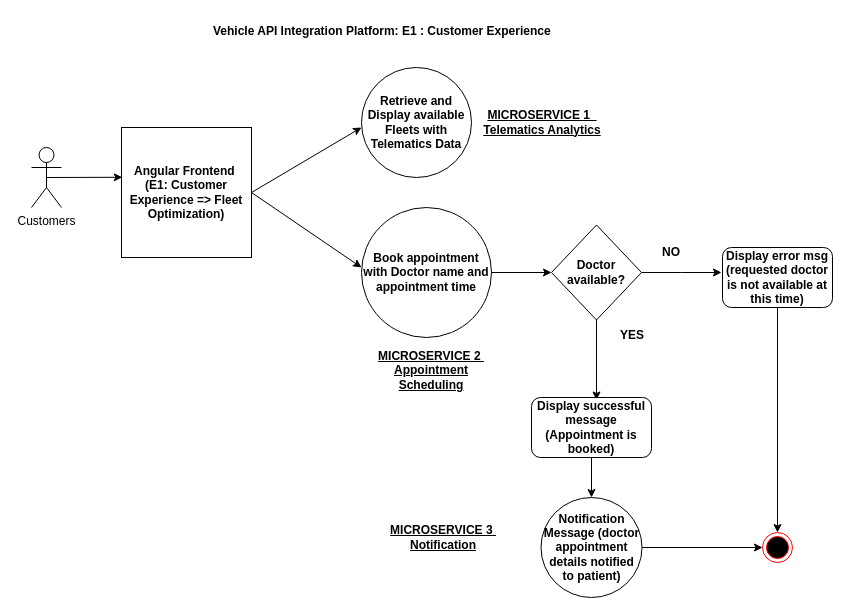
This is Design Workflows.drawio from atheeswaran/Dissertation_VehicleAPIPlatform, a draw.io file, before an edit. Source tidied: cells renumbered, new cells numbered last; positions are measured from the earlier drawing's top-left corner, leaving out a move shared by most shapes. Both pictures are drawn from the tidied source at 100%, with x=0, y=0 at pixel (31, 17).
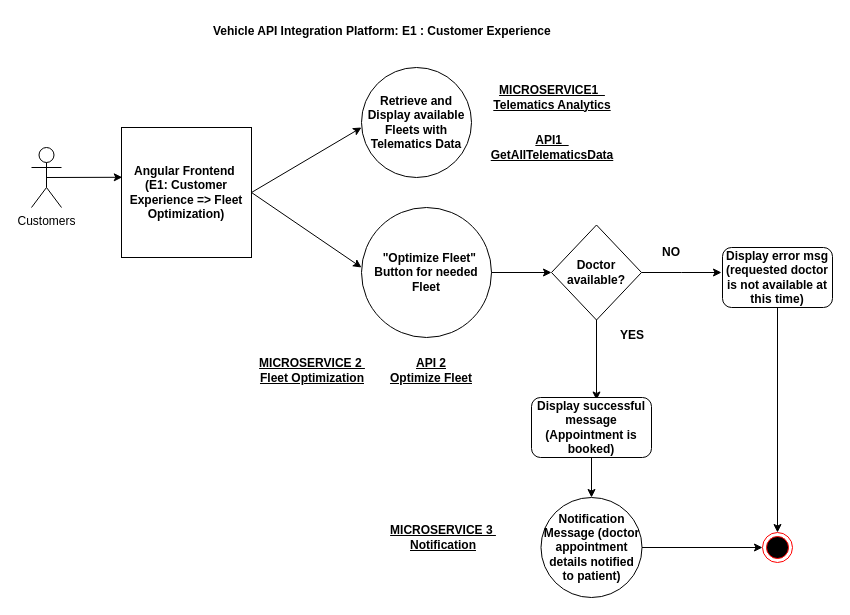
After the change.

Diff of the diagram source:
```diff
@@
-    <mxCell id="8" value="&lt;b&gt;Book appointment with Doctor name and appointment time&lt;/b&gt;" style="ellipse;whiteSpace=wrap;html=1;" parent="1" vertex="1">
+    <mxCell id="8" value="&lt;b&gt;&amp;nbsp; &quot;Optimize Fleet&quot; Button for needed Fleet&lt;/b&gt;" style="ellipse;whiteSpace=wrap;html=1;" parent="1" vertex="1">
       <mxGeometry x="330" y="190" width="130" height="130" as="geometry" />
     </mxCell>
@@
-    <mxCell id="22" value="&lt;b&gt;&lt;u&gt;MICROSERVICE 1&amp;nbsp;&amp;nbsp;&lt;/u&gt;&lt;/b&gt;&lt;div&gt;&lt;b&gt;&lt;u&gt;Telematics Analytics&lt;/u&gt;&lt;/b&gt;&lt;/div&gt;" style="text;html=1;strokeColor=none;fillColor=none;align=center;verticalAlign=middle;whiteSpace=wrap;rounded=0;" parent="1" vertex="1">
-      <mxGeometry x="449.5" y="85" width="121.5" height="40" as="geometry" />
+    <mxCell id="22" value="&lt;b&gt;&lt;u&gt;MICROSERVICE1&amp;nbsp;&amp;nbsp;&lt;/u&gt;&lt;/b&gt;&lt;div&gt;&lt;b&gt;&lt;u&gt;Telematics Analytics&lt;/u&gt;&lt;/b&gt;&lt;/div&gt;" style="text;html=1;strokeColor=none;fillColor=none;align=center;verticalAlign=middle;whiteSpace=wrap;rounded=0;" parent="1" vertex="1">
+      <mxGeometry x="449.5" y="60" width="141.5" height="40" as="geometry" />
     </mxCell>
-    <mxCell id="23" value="&lt;b&gt;&lt;u&gt;MICROSERVICE 2&amp;nbsp; Appointment Scheduling&lt;/u&gt;&lt;/b&gt;" style="text;html=1;strokeColor=none;fillColor=none;align=center;verticalAlign=middle;whiteSpace=wrap;rounded=0;" parent="1" vertex="1">
-      <mxGeometry x="338.5" y="332.5" width="121.5" height="40" as="geometry" />
+    <mxCell id="23" value="&lt;b&gt;&lt;u&gt;MICROSERVICE 2&amp;nbsp; Fleet Optimization&lt;/u&gt;&lt;/b&gt;" style="text;html=1;strokeColor=none;fillColor=none;align=center;verticalAlign=middle;whiteSpace=wrap;rounded=0;" parent="1" vertex="1">
+      <mxGeometry x="220" y="332.5" width="121.5" height="40" as="geometry" />
     </mxCell>
@@
+    <mxCell id="26" value="&lt;b&gt;&lt;u&gt;API1&amp;nbsp;&amp;nbsp;&lt;/u&gt;&lt;/b&gt;&lt;div&gt;&lt;b&gt;&lt;u&gt;GetAllTelematicsData&lt;/u&gt;&lt;/b&gt;&lt;/div&gt;" style="text;html=1;strokeColor=none;fillColor=none;align=center;verticalAlign=middle;whiteSpace=wrap;rounded=0;" parent="1" vertex="1">
+      <mxGeometry x="449.5" y="110" width="141.5" height="40" as="geometry" />
+    </mxCell>
+    <mxCell id="27" value="&lt;b&gt;&lt;u&gt;API 2&lt;/u&gt;&lt;/b&gt;&lt;div&gt;&lt;b&gt;&lt;u&gt;Optimize Fleet&lt;/u&gt;&lt;/b&gt;&lt;/div&gt;" style="text;html=1;strokeColor=none;fillColor=none;align=center;verticalAlign=middle;whiteSpace=wrap;rounded=0;" parent="1" vertex="1">
+      <mxGeometry x="338.5" y="332.5" width="121.5" height="40" as="geometry" />
+    </mxCell>
```
